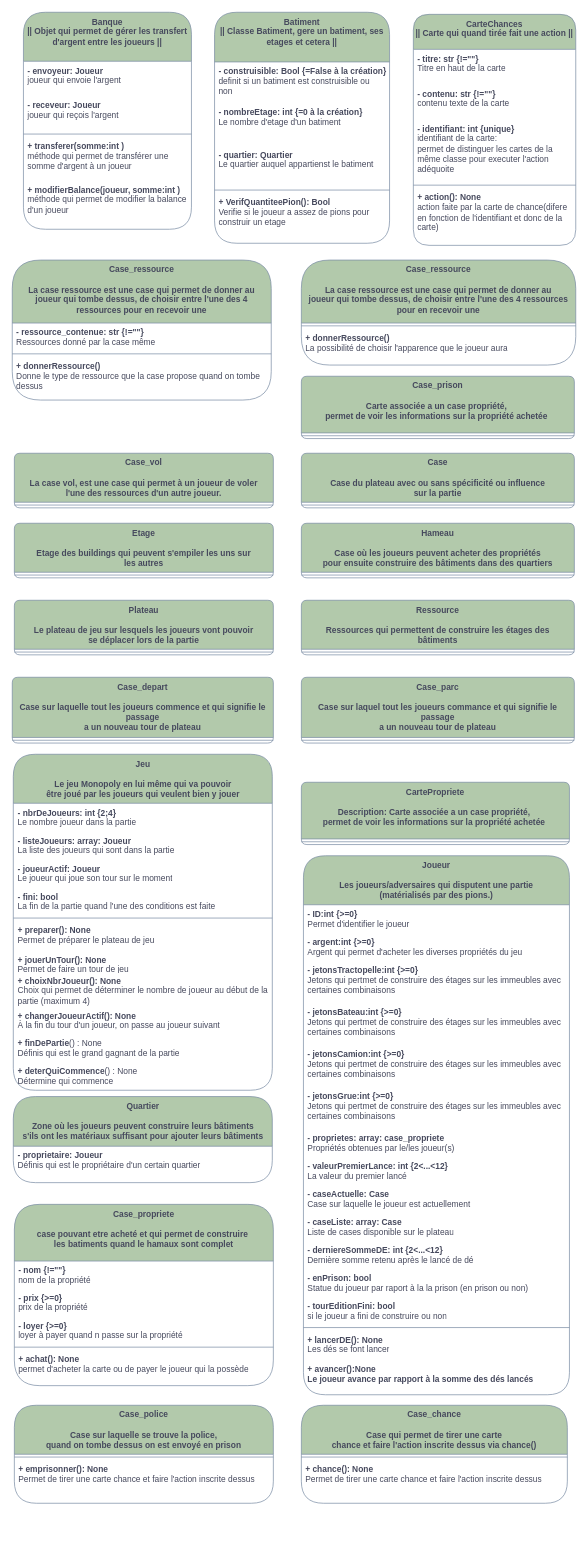
Before: page "Classes suposée finie" (4 of 5) of B__Analyse/DiagrameDesClasses.drawio in gazhonsepaskwa/builder, a draw.io diagram. Source tidied: cells renumbered, new cells numbered last; positions are measured from the earlier drawing's top-left corner, leaving out a move shared by most shapes. Both pictures are drawn from the tidied source at 70%, with x=0, y=0 at pixel (12, 12).
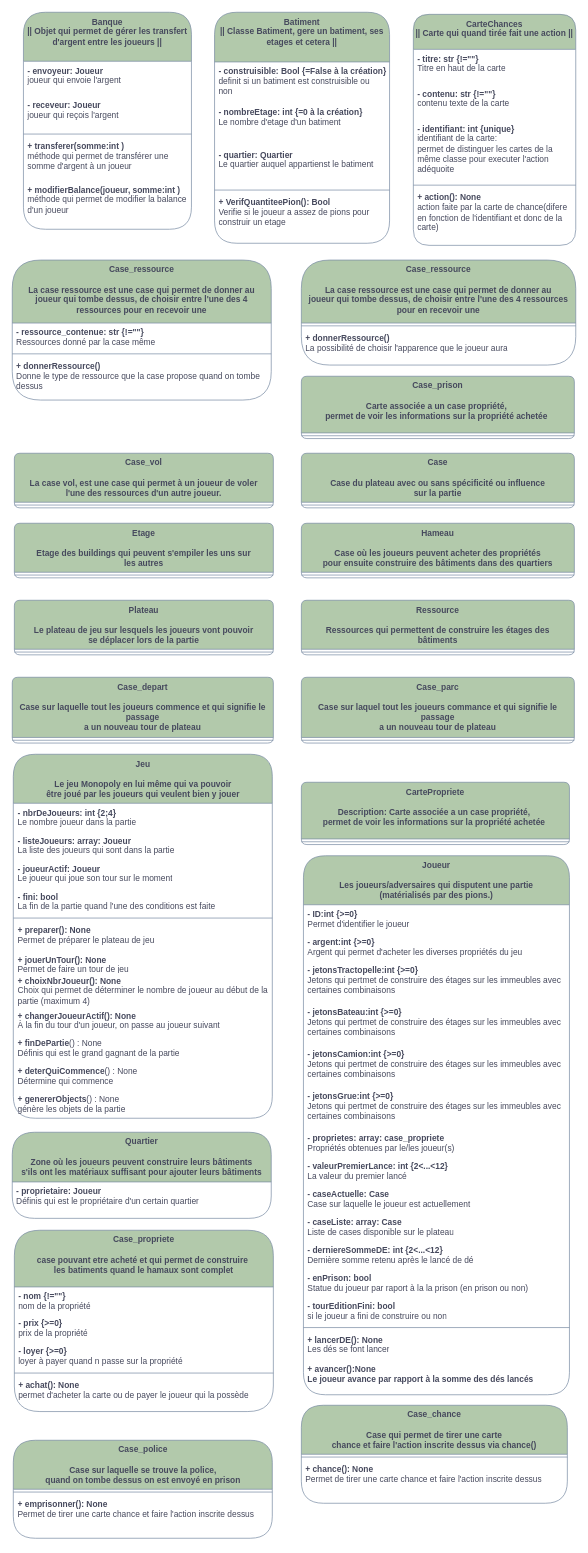
The same page after the edit.

Diff of the diagram source:
```diff
@@
     <mxCell id="35" value="&lt;div&gt;Jeu&lt;/div&gt;&lt;div&gt;&lt;br&gt;&lt;/div&gt;Le jeu Monopoly en lui même qui va pouvoir&lt;br&gt;être joué par les joueurs qui veulent bien y jouer" style="swimlane;fontStyle=1;align=center;verticalAlign=top;horizontal=1;startSize=70;whiteSpace=wrap;html=1;labelBackgroundColor=none;fillColor=#B2C9AB;strokeColor=#788AA3;fontColor=#46495D;rounded=1;" parent="1" vertex="1">
-      <mxGeometry x="1.5" y="1060" width="370" height="480" as="geometry" />
+      <mxGeometry x="1.5" y="1060" width="370" height="520" as="geometry" />
     </mxCell>
@@
+    <mxCell id="90" value="&lt;div&gt;&lt;b&gt;+ genererObjects&lt;/b&gt;() : None&lt;/div&gt;&lt;div&gt;génère les objets de la partie&amp;nbsp;&lt;/div&gt;" style="text;strokeColor=none;fillColor=none;align=left;verticalAlign=top;spacingLeft=4;spacingRight=4;overflow=hidden;whiteSpace=wrap;html=1;labelBackgroundColor=none;fontColor=#46495D;rounded=1;" parent="35" vertex="1">
+      <mxGeometry y="480" width="370" height="40" as="geometry" />
+    </mxCell>
@@
     <mxCell id="66" value="&lt;div&gt;Quartier&lt;/div&gt;&lt;div&gt;&lt;br&gt;&lt;/div&gt;&lt;div&gt;Zone où les joueurs peuvent construire leurs bâtiments&lt;/div&gt;s'ils ont les matériaux suffisant pour ajouter leurs bâtiments" style="swimlane;fontStyle=1;align=center;verticalAlign=top;horizontal=1;startSize=71;whiteSpace=wrap;html=1;labelBackgroundColor=none;fillColor=#B2C9AB;strokeColor=#788AA3;fontColor=#46495D;rounded=1;" parent="1" vertex="1">
-      <mxGeometry x="1.5" y="1549" width="370" height="123" as="geometry" />
+      <mxGeometry y="1600" width="370" height="123" as="geometry" />
     </mxCell>
@@
     <mxCell id="70" value="Case_propriete&lt;br&gt;&lt;br&gt;&lt;div&gt;&lt;div&gt;case pouvant etre acheté et qui permet de construire&amp;nbsp;&lt;/div&gt;&lt;div&gt;les batiments quand le hamaux sont complet&lt;/div&gt;&lt;/div&gt;&lt;div&gt;&lt;br&gt;&lt;/div&gt;" style="swimlane;fontStyle=1;align=center;verticalAlign=top;horizontal=1;startSize=81;whiteSpace=wrap;html=1;labelBackgroundColor=none;fillColor=#B2C9AB;strokeColor=#788AA3;fontColor=#46495D;rounded=1;" parent="1" vertex="1">
-      <mxGeometry x="3" y="1703" width="370" height="259" as="geometry" />
+      <mxGeometry x="3" y="1740" width="370" height="259" as="geometry" />
     </mxCell>
@@
     <mxCell id="85" value="&lt;div&gt;Case_police&lt;/div&gt;&lt;div&gt;&lt;br&gt;&lt;/div&gt;&lt;div&gt;Case sur laquelle se trouve la police,&lt;br&gt;quand on tombe dessus on est envoyé en prison&lt;br&gt;&lt;/div&gt;&lt;div&gt;&lt;br&gt;&lt;/div&gt;" style="swimlane;fontStyle=1;align=center;verticalAlign=top;horizontal=1;startSize=70;whiteSpace=wrap;html=1;labelBackgroundColor=none;fillColor=#B2C9AB;strokeColor=#788AA3;fontColor=#46495D;rounded=1;" parent="1" vertex="1">
-      <mxGeometry x="3" y="1990" width="370" height="140" as="geometry" />
+      <mxGeometry x="1.5" y="2040" width="370" height="140" as="geometry" />
     </mxCell>
```
